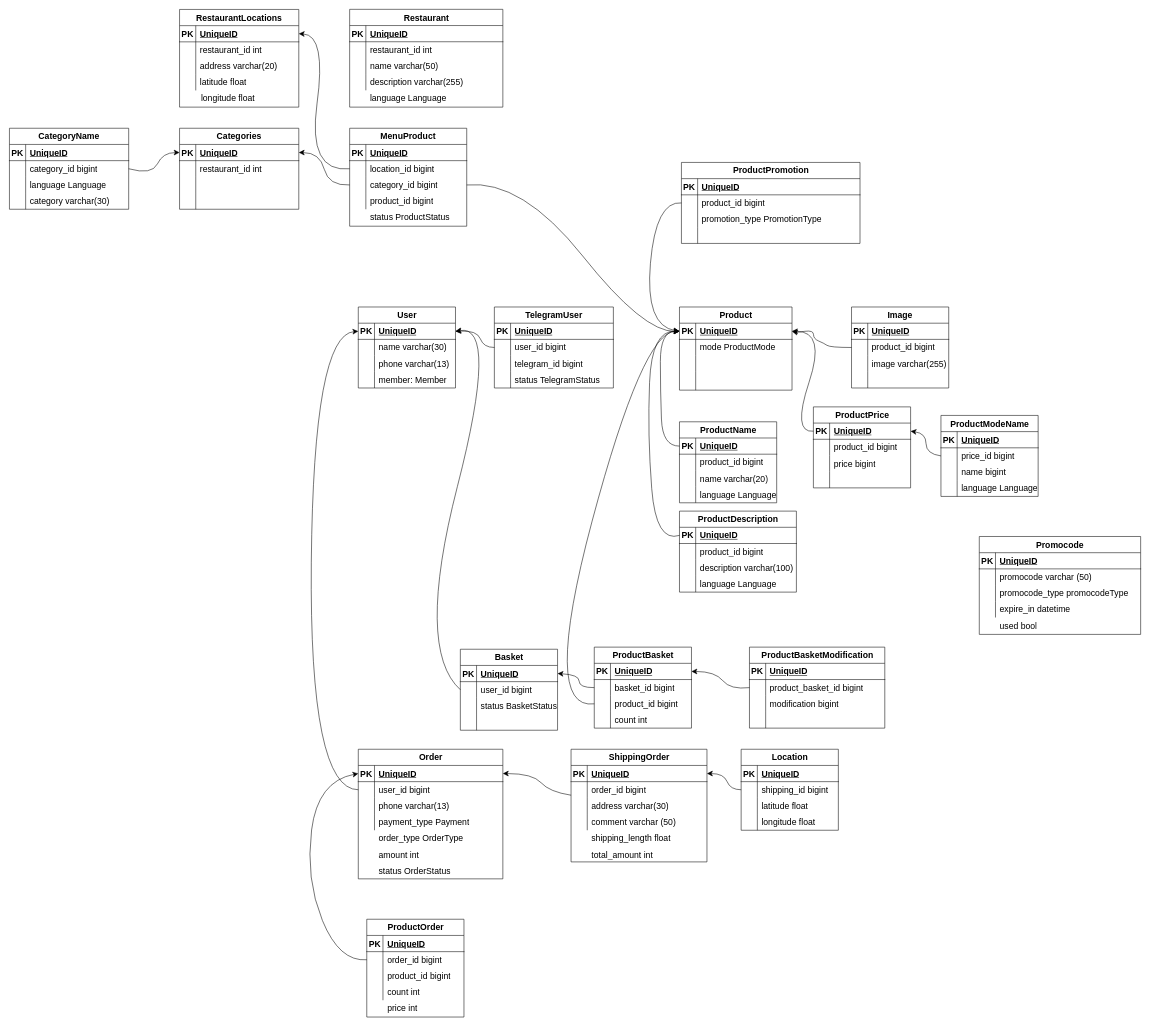
Before: page "db scheme" (2 of 2) of restaurant.drawio in KmvRoman/Diagrams, a draw.io diagram. Source tidied: cells renumbered, new cells numbered last; positions are measured from the earlier drawing's top-left corner, leaving out a move shared by most shapes. Both pictures are drawn from the tidied source at 54%, with x=0, y=0 at pixel (9, 9).
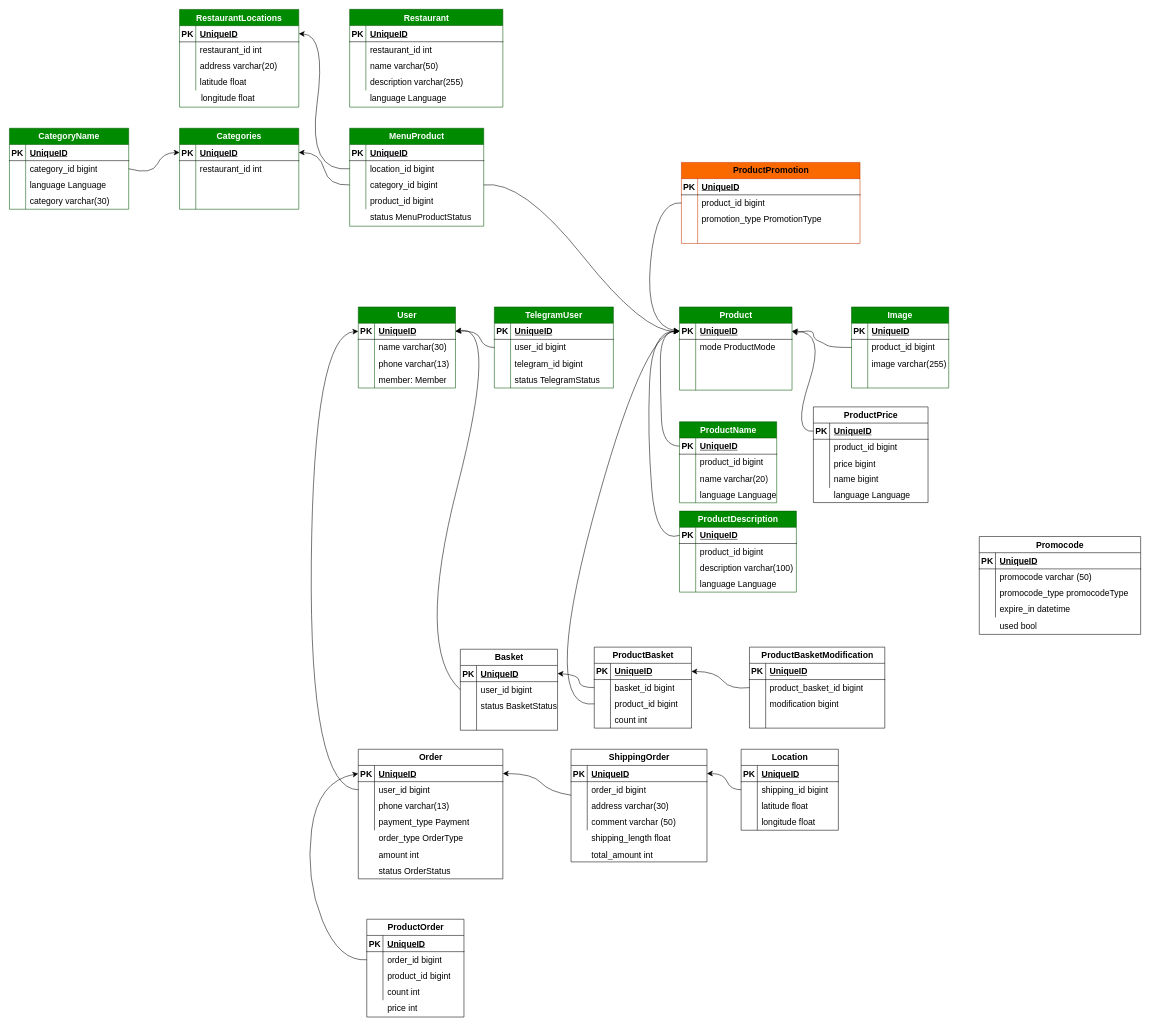
The same diagram, later.

What changed in the source:
```diff
@@
-    <mxCell id="2" value="User" style="shape=table;startSize=30;childLayout=tableLayout;rowLines=0;fontStyle=1;align=center;html=1;fontSize=16;" parent="1" vertex="1">
+    <mxCell id="2" value="User" style="shape=table;startSize=30;childLayout=tableLayout;rowLines=0;fontStyle=1;align=center;html=1;fontSize=16;fillColor=#008a00;fontColor=#ffffff;strokeColor=#005700;" parent="1" vertex="1">
       <mxGeometry x="646" y="551" width="180" height="150" as="geometry" />
     </mxCell>
@@
-    <mxCell id="15" value="TelegramUser" style="shape=table;startSize=30;childLayout=tableLayout;rowLines=0;fontStyle=1;align=center;html=1;fontSize=16;" parent="1" vertex="1">
+    <mxCell id="15" value="TelegramUser" style="shape=table;startSize=30;childLayout=tableLayout;rowLines=0;fontStyle=1;align=center;html=1;fontSize=16;fillColor=#008a00;fontColor=#ffffff;strokeColor=#005700;" parent="1" vertex="1">
       <mxGeometry x="898" y="551" width="220.4" height="150" as="geometry" />
     </mxCell>
@@
-    <mxCell id="29" value="Product" style="shape=table;startSize=30;childLayout=tableLayout;rowLines=0;fontStyle=1;align=center;html=1;fontSize=16;" parent="1" vertex="1">
+    <mxCell id="29" value="Product" style="shape=table;startSize=30;childLayout=tableLayout;rowLines=0;fontStyle=1;align=center;html=1;fontSize=16;fillColor=#008a00;fontColor=#ffffff;strokeColor=#005700;" parent="1" vertex="1">
       <mxGeometry x="1240.8" y="551" width="208.4" height="154" as="geometry" />
     </mxCell>
@@
-    <mxCell id="42" value="Image" style="shape=table;startSize=30;childLayout=tableLayout;rowLines=0;fontStyle=1;align=center;html=1;fontSize=16;" parent="1" vertex="1">
+    <mxCell id="42" value="Image" style="shape=table;startSize=30;childLayout=tableLayout;rowLines=0;fontStyle=1;align=center;html=1;fontSize=16;fillColor=#008a00;fontColor=#ffffff;strokeColor=#005700;" parent="1" vertex="1">
       <mxGeometry x="1559.4" y="551" width="180" height="150" as="geometry" />
     </mxCell>
@@
-    <mxCell id="56" value="ProductName" style="shape=table;startSize=30;childLayout=tableLayout;rowLines=0;fontStyle=1;align=center;html=1;fontSize=16;" parent="1" vertex="1">
+    <mxCell id="56" value="ProductName" style="shape=table;startSize=30;childLayout=tableLayout;rowLines=0;fontStyle=1;align=center;html=1;fontSize=16;fillColor=#008a00;fontColor=#ffffff;strokeColor=#005700;" parent="1" vertex="1">
       <mxGeometry x="1240.8" y="763.6" width="180" height="150" as="geometry" />
     </mxCell>
@@
-    <mxCell id="70" value="ProductDescription" style="shape=table;startSize=30;childLayout=tableLayout;rowLines=0;fontStyle=1;align=center;html=1;fontSize=16;" parent="1" vertex="1">
+    <mxCell id="70" value="ProductDescription" style="shape=table;startSize=30;childLayout=tableLayout;rowLines=0;fontStyle=1;align=center;html=1;fontSize=16;fillColor=#008a00;fontColor=#ffffff;strokeColor=#005700;" parent="1" vertex="1">
       <mxGeometry x="1240.8" y="929" width="216.5" height="150" as="geometry" />
     </mxCell>
@@
-    <mxCell id="84" value="ProductModeName" style="shape=table;startSize=30;childLayout=tableLayout;rowLines=0;fontStyle=1;align=center;html=1;fontSize=16;" parent="1" vertex="1">
-      <mxGeometry x="1725" y="751.8" width="180" height="150" as="geometry" />
-    </mxCell>
-    <mxCell id="85" style="shape=tableRow;horizontal=0;startSize=0;swimlaneHead=0;swimlaneBody=0;fillColor=none;top=0;left=0;right=0;bottom=1;fontSize=16;" parent="84" vertex="1">
-      <mxGeometry y="30" width="180" height="30" as="geometry" />
-    </mxCell>
-    <mxCell id="86" value="PK" style="shape=partialRectangle;fillColor=none;top=0;left=0;bottom=0;right=0;fontStyle=1;overflow=hidden;whiteSpace=wrap;html=1;fontSize=16;" parent="85" vertex="1">
-      <mxGeometry width="30" height="30" as="geometry" />
-    </mxCell>
-    <mxCell id="87" value="UniqueID" style="shape=partialRectangle;fillColor=none;top=0;left=0;bottom=0;right=0;align=left;spacingLeft=6;fontStyle=5;overflow=hidden;whiteSpace=wrap;html=1;fontSize=16;" parent="85" vertex="1">
-      <mxGeometry x="30" width="150" height="30" as="geometry" />
-    </mxCell>
-    <mxCell id="88" style="shape=tableRow;horizontal=0;startSize=0;swimlaneHead=0;swimlaneBody=0;fillColor=none;points=[[0,0.5],[1,0.5]];portConstraint=eastwest;top=0;left=0;right=0;bottom=0;fontSize=16;" parent="84" vertex="1">
-      <mxGeometry y="60" width="180" height="30" as="geometry" />
-    </mxCell>
-    <mxCell id="89" style="shape=partialRectangle;fillColor=none;top=0;left=0;bottom=0;right=0;overflow=hidden;whiteSpace=wrap;html=1;fontSize=16;" parent="88" vertex="1">
-      <mxGeometry width="30" height="30" as="geometry" />
-    </mxCell>
-    <mxCell id="90" value="price_id bigint" style="shape=partialRectangle;fillColor=none;top=0;left=0;bottom=0;right=0;align=left;spacingLeft=6;overflow=hidden;whiteSpace=wrap;html=1;fontSize=16;" parent="88" vertex="1">
-      <mxGeometry x="30" width="150" height="30" as="geometry" />
-    </mxCell>
-    <mxCell id="91" style="shape=tableRow;horizontal=0;startSize=0;swimlaneHead=0;swimlaneBody=0;fillColor=none;top=0;left=0;right=0;bottom=0;fontSize=16;" parent="84" vertex="1">
-      <mxGeometry y="90" width="180" height="30" as="geometry" />
-    </mxCell>
-    <mxCell id="92" style="shape=partialRectangle;fillColor=none;top=0;left=0;bottom=0;right=0;overflow=hidden;whiteSpace=wrap;html=1;fontSize=16;" parent="91" vertex="1">
-      <mxGeometry width="30" height="30" as="geometry" />
-    </mxCell>
-    <mxCell id="93" value="name bigint" style="shape=partialRectangle;fillColor=none;top=0;left=0;bottom=0;right=0;align=left;spacingLeft=6;overflow=hidden;whiteSpace=wrap;html=1;fontSize=16;" parent="91" vertex="1">
-      <mxGeometry x="30" width="150" height="30" as="geometry" />
-    </mxCell>
-    <mxCell id="94" style="shape=tableRow;horizontal=0;startSize=0;swimlaneHead=0;swimlaneBody=0;fillColor=none;top=0;left=0;right=0;bottom=0;fontSize=16;" parent="84" vertex="1">
-      <mxGeometry y="120" width="180" height="30" as="geometry" />
-    </mxCell>
-    <mxCell id="95" style="shape=partialRectangle;fillColor=none;top=0;left=0;bottom=0;right=0;overflow=hidden;whiteSpace=wrap;html=1;fontSize=16;" parent="94" vertex="1">
-      <mxGeometry width="30" height="30" as="geometry" />
-    </mxCell>
-    <mxCell id="96" value="language Language" style="shape=partialRectangle;fillColor=none;top=0;left=0;bottom=0;right=0;align=left;spacingLeft=6;overflow=hidden;whiteSpace=wrap;html=1;fontSize=16;" parent="94" vertex="1">
-      <mxGeometry x="30" width="150" height="30" as="geometry" />
-    </mxCell>
@@
     <mxCell id="98" value="ProductPrice" style="shape=table;startSize=30;childLayout=tableLayout;rowLines=0;fontStyle=1;align=center;html=1;fontSize=16;" parent="1" vertex="1">
-      <mxGeometry x="1488.8" y="736" width="180" height="150" as="geometry" />
+      <mxGeometry x="1488.8" y="736" width="212.3" height="177.2" as="geometry" />
     </mxCell>
     <mxCell id="99" style="shape=tableRow;horizontal=0;startSize=0;swimlaneHead=0;swimlaneBody=0;fillColor=none;points=[[0,0.5],[1,0.5]];portConstraint=eastwest;top=0;left=0;right=0;bottom=1;fontSize=16;" parent="98" vertex="1">
-      <mxGeometry y="30" width="180" height="30" as="geometry" />
+      <mxGeometry y="30" width="212.3" height="30" as="geometry" />
     </mxCell>
@@
     <mxCell id="101" value="UniqueID" style="shape=partialRectangle;fillColor=none;top=0;left=0;bottom=0;right=0;align=left;spacingLeft=6;fontStyle=5;overflow=hidden;whiteSpace=wrap;html=1;fontSize=16;" parent="99" vertex="1">
-      <mxGeometry x="30" width="150" height="30" as="geometry" />
+      <mxGeometry x="30" width="182.3" height="30" as="geometry" />
     </mxCell>
     <mxCell id="102" style="shape=tableRow;horizontal=0;startSize=0;swimlaneHead=0;swimlaneBody=0;fillColor=none;top=0;left=0;right=0;bottom=0;fontSize=16;" parent="98" vertex="1">
-      <mxGeometry y="60" width="180" height="30" as="geometry" />
+      <mxGeometry y="60" width="212.3" height="30" as="geometry" />
     </mxCell>
@@
     <mxCell id="104" value="product_id bigint" style="shape=partialRectangle;fillColor=none;top=0;left=0;bottom=0;right=0;align=left;spacingLeft=6;overflow=hidden;whiteSpace=wrap;html=1;fontSize=16;" parent="102" vertex="1">
-      <mxGeometry x="30" width="150" height="30" as="geometry" />
+      <mxGeometry x="30" width="182.3" height="30" as="geometry" />
     </mxCell>
     <mxCell id="105" style="shape=tableRow;horizontal=0;startSize=0;swimlaneHead=0;swimlaneBody=0;fillColor=none;top=0;left=0;right=0;bottom=0;fontSize=16;" parent="98" vertex="1">
-      <mxGeometry y="90" width="180" height="30" as="geometry" />
+      <mxGeometry y="90" width="212.3" height="30" as="geometry" />
     </mxCell>
@@
     <mxCell id="107" value="price bigint" style="shape=partialRectangle;fillColor=none;top=0;left=0;bottom=0;right=0;align=left;spacingLeft=6;overflow=hidden;whiteSpace=wrap;html=1;fontSize=16;" parent="105" vertex="1">
-      <mxGeometry x="30" width="150" height="30" as="geometry" />
+      <mxGeometry x="30" width="182.3" height="30" as="geometry" />
     </mxCell>
     <mxCell id="108" style="shape=tableRow;horizontal=0;startSize=0;swimlaneHead=0;swimlaneBody=0;fillColor=none;top=0;left=0;right=0;bottom=0;fontSize=16;" parent="98" vertex="1">
-      <mxGeometry y="120" width="180" height="30" as="geometry" />
+      <mxGeometry y="120" width="212.3" height="30" as="geometry" />
     </mxCell>
@@
     <mxCell id="110" style="shape=partialRectangle;fillColor=none;top=0;left=0;bottom=0;right=0;align=left;spacingLeft=6;overflow=hidden;whiteSpace=wrap;html=1;fontSize=16;" parent="108" vertex="1">
-      <mxGeometry x="30" width="150" height="30" as="geometry" />
+      <mxGeometry x="30" width="182.3" height="30" as="geometry" />
     </mxCell>
-    <mxCell id="111" style="edgeStyle=none;curved=1;rounded=0;jettySize=auto;html=1;entryX=1;entryY=0.5;entryDx=0;entryDy=0;fontSize=12;startSize=8;endSize=8;exitX=0;exitY=0.5;exitDx=0;exitDy=0;" parent="1" edge="1" source="88" target="99">
-      <mxGeometry relative="1" as="geometry">
-        <Array as="points">
-          <mxPoint x="1697.4" y="823" />
-          <mxPoint x="1697.4" y="785" />
-        </Array>
-      </mxGeometry>
-    </mxCell>
@@
-    <mxCell id="217" value="ProductPromotion" style="shape=table;startSize=30;childLayout=tableLayout;rowLines=0;fontStyle=1;align=center;html=1;fontSize=16;" parent="1" vertex="1">
+    <mxCell id="217" value="ProductPromotion" style="shape=table;startSize=30;childLayout=tableLayout;rowLines=0;fontStyle=1;align=center;html=1;fontSize=16;fillColor=#fa6800;fontColor=#000000;strokeColor=#C73500;" parent="1" vertex="1">
       <mxGeometry x="1244.4" y="283.3" width="330.7" height="150" as="geometry" />
     </mxCell>
@@
-    <mxCell id="245" value="Restaurant" style="shape=table;startSize=30;childLayout=tableLayout;rowLines=0;fontStyle=1;align=center;html=1;fontSize=16;" parent="1" vertex="1">
+    <mxCell id="245" value="Restaurant" style="shape=table;startSize=30;childLayout=tableLayout;rowLines=0;fontStyle=1;align=center;html=1;fontSize=16;fillColor=#008a00;fontColor=#ffffff;strokeColor=#005700;" parent="1" vertex="1">
       <mxGeometry x="630" y="-0.2" width="283.7" height="181.1" as="geometry" />
     </mxCell>
@@
-    <mxCell id="259" value="RestaurantLocations" style="shape=table;startSize=30;childLayout=tableLayout;rowLines=0;fontStyle=1;align=center;html=1;fontSize=16;" parent="1" vertex="1">
+    <mxCell id="259" value="RestaurantLocations" style="shape=table;startSize=30;childLayout=tableLayout;rowLines=0;fontStyle=1;align=center;html=1;fontSize=16;fillColor=#008a00;strokeColor=#005700;fontColor=#ffffff;" parent="1" vertex="1">
       <mxGeometry x="315" width="220.8" height="180.9" as="geometry" />
     </mxCell>
@@
-    <mxCell id="272" value="Categories" style="shape=table;startSize=30;childLayout=tableLayout;rowLines=0;fontStyle=1;align=center;html=1;fontSize=16;" parent="1" vertex="1">
+    <mxCell id="272" value="Categories" style="shape=table;startSize=30;childLayout=tableLayout;rowLines=0;fontStyle=1;align=center;html=1;fontSize=16;fillColor=#008a00;fontColor=#ffffff;strokeColor=#005700;" parent="1" vertex="1">
       <mxGeometry x="315" y="220" width="220.8" height="150" as="geometry" />
     </mxCell>
@@
-    <mxCell id="286" value="MenuProduct" style="shape=table;startSize=30;childLayout=tableLayout;rowLines=0;fontStyle=1;align=center;html=1;fontSize=16;" parent="1" vertex="1">
-      <mxGeometry x="630" y="220" width="216.8" height="181.4" as="geometry" />
+    <mxCell id="286" value="MenuProduct" style="shape=table;startSize=30;childLayout=tableLayout;rowLines=0;fontStyle=1;align=center;html=1;fontSize=16;fillColor=#008a00;fontColor=#ffffff;strokeColor=#005700;" parent="1" vertex="1">
+      <mxGeometry x="630" y="220" width="248.3" height="181.4" as="geometry" />
     </mxCell>
     <mxCell id="287" style="shape=tableRow;horizontal=0;startSize=0;swimlaneHead=0;swimlaneBody=0;fillColor=none;top=0;left=0;right=0;bottom=1;fontSize=16;" parent="286" vertex="1">
-      <mxGeometry y="30" width="216.8" height="30" as="geometry" />
+      <mxGeometry y="30" width="248.3" height="30" as="geometry" />
     </mxCell>
@@
     <mxCell id="289" value="UniqueID" style="shape=partialRectangle;fillColor=none;top=0;left=0;bottom=0;right=0;align=left;spacingLeft=6;fontStyle=5;overflow=hidden;whiteSpace=wrap;html=1;fontSize=16;" parent="287" vertex="1">
-      <mxGeometry x="30" width="186.8" height="30" as="geometry" />
+      <mxGeometry x="30" width="218.3" height="30" as="geometry" />
     </mxCell>
     <mxCell id="290" style="shape=tableRow;horizontal=0;startSize=0;swimlaneHead=0;swimlaneBody=0;fillColor=none;points=[[0,0.5],[1,0.5]];portConstraint=eastwest;top=0;left=0;right=0;bottom=0;fontSize=16;" parent="286" vertex="1">
-      <mxGeometry y="60" width="216.8" height="30" as="geometry" />
+      <mxGeometry y="60" width="248.3" height="30" as="geometry" />
     </mxCell>
@@
     <mxCell id="292" value="location_id bigint" style="shape=partialRectangle;fillColor=none;top=0;left=0;bottom=0;right=0;align=left;spacingLeft=6;overflow=hidden;whiteSpace=wrap;html=1;fontSize=16;" parent="290" vertex="1">
-      <mxGeometry x="30" width="186.8" height="30" as="geometry" />
+      <mxGeometry x="30" width="218.3" height="30" as="geometry" />
     </mxCell>
     <mxCell id="293" style="shape=tableRow;horizontal=0;startSize=0;swimlaneHead=0;swimlaneBody=0;fillColor=none;points=[[0,0.5],[1,0.5]];portConstraint=eastwest;top=0;left=0;right=0;bottom=0;fontSize=16;" parent="286" vertex="1">
-      <mxGeometry y="90" width="216.8" height="30" as="geometry" />
+      <mxGeometry y="90" width="248.3" height="30" as="geometry" />
     </mxCell>
@@
     <mxCell id="295" value="category_id bigint" style="shape=partialRectangle;fillColor=none;top=0;left=0;bottom=0;right=0;align=left;spacingLeft=6;overflow=hidden;whiteSpace=wrap;html=1;fontSize=16;" parent="293" vertex="1">
-      <mxGeometry x="30" width="186.8" height="30" as="geometry" />
+      <mxGeometry x="30" width="218.3" height="30" as="geometry" />
     </mxCell>
     <mxCell id="296" style="shape=tableRow;horizontal=0;startSize=0;swimlaneHead=0;swimlaneBody=0;fillColor=none;top=0;left=0;right=0;bottom=0;fontSize=16;" parent="286" vertex="1">
-      <mxGeometry y="120" width="216.8" height="30" as="geometry" />
+      <mxGeometry y="120" width="248.3" height="30" as="geometry" />
     </mxCell>
@@
     <mxCell id="298" value="product_id bigint" style="shape=partialRectangle;fillColor=none;top=0;left=0;bottom=0;right=0;align=left;spacingLeft=6;overflow=hidden;whiteSpace=wrap;html=1;fontSize=16;" parent="296" vertex="1">
-      <mxGeometry x="30" width="186.8" height="30" as="geometry" />
+      <mxGeometry x="30" width="218.3" height="30" as="geometry" />
     </mxCell>
@@
-    <mxCell id="300" value="status ProductStatus" style="shape=partialRectangle;fillColor=none;top=0;left=0;bottom=0;right=0;align=left;spacingLeft=6;overflow=hidden;whiteSpace=wrap;html=1;fontSize=16;" parent="1" vertex="1">
-      <mxGeometry x="660" y="370" width="186.8" height="30" as="geometry" />
+    <mxCell id="300" value="status MenuProductStatus" style="shape=partialRectangle;fillColor=none;top=0;left=0;bottom=0;right=0;align=left;spacingLeft=6;overflow=hidden;whiteSpace=wrap;html=1;fontSize=16;" parent="1" vertex="1">
+      <mxGeometry x="660" y="370" width="218.3" height="30" as="geometry" />
     </mxCell>
@@
-    <mxCell id="303" value="CategoryName" style="shape=table;startSize=30;childLayout=tableLayout;rowLines=0;fontStyle=1;align=center;html=1;fontSize=16;" parent="1" vertex="1">
+    <mxCell id="303" value="CategoryName" style="shape=table;startSize=30;childLayout=tableLayout;rowLines=0;fontStyle=1;align=center;html=1;fontSize=16;fillColor=#008a00;fontColor=#ffffff;strokeColor=#005700;" parent="1" vertex="1">
       <mxGeometry y="220" width="220.8" height="150" as="geometry" />
     </mxCell>
@@
+    <mxCell id="93" value="name bigint" style="shape=partialRectangle;fillColor=none;top=0;left=0;bottom=0;right=0;align=left;spacingLeft=6;overflow=hidden;whiteSpace=wrap;html=1;fontSize=16;" parent="1" vertex="1">
+      <mxGeometry x="1518.8" y="854.1" width="182.3" height="30" as="geometry" />
+    </mxCell>
+    <mxCell id="96" value="language Language" style="shape=partialRectangle;fillColor=none;top=0;left=0;bottom=0;right=0;align=left;spacingLeft=6;overflow=hidden;whiteSpace=wrap;html=1;fontSize=16;" parent="1" vertex="1">
+      <mxGeometry x="1518.8" y="884.1" width="182.3" height="30" as="geometry" />
+    </mxCell>
```
